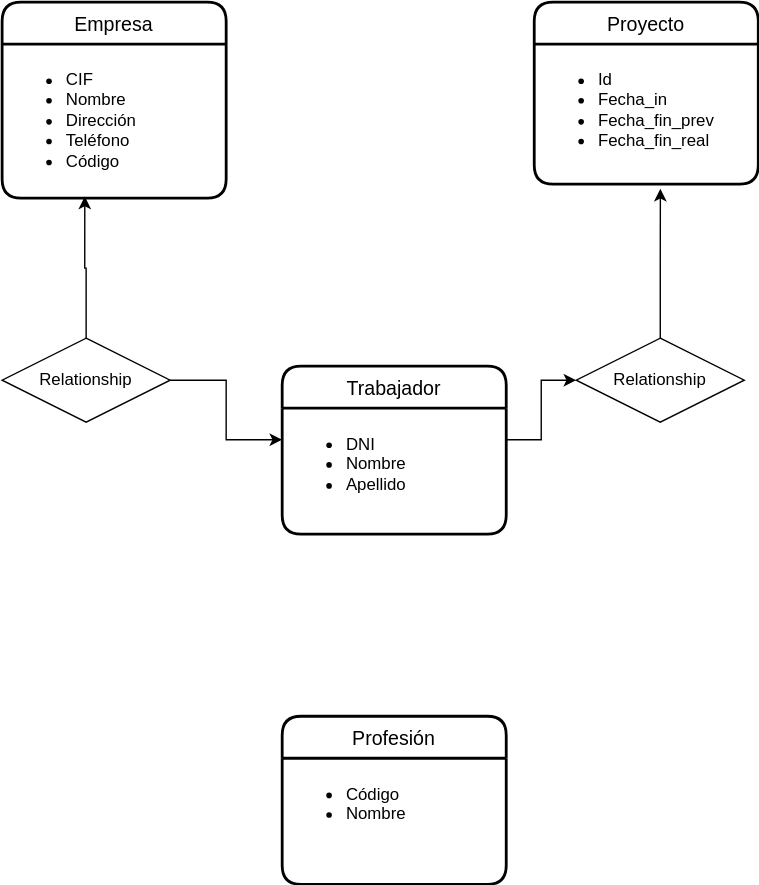
The draw.io diagram UD12-12.svg in Jimxx22/C3-UD11-UML, before a commit. Source tidied: cells renumbered, new cells last; positions are measured from the earlier drawing's top-left corner, leaving out a move shared by most shapes.
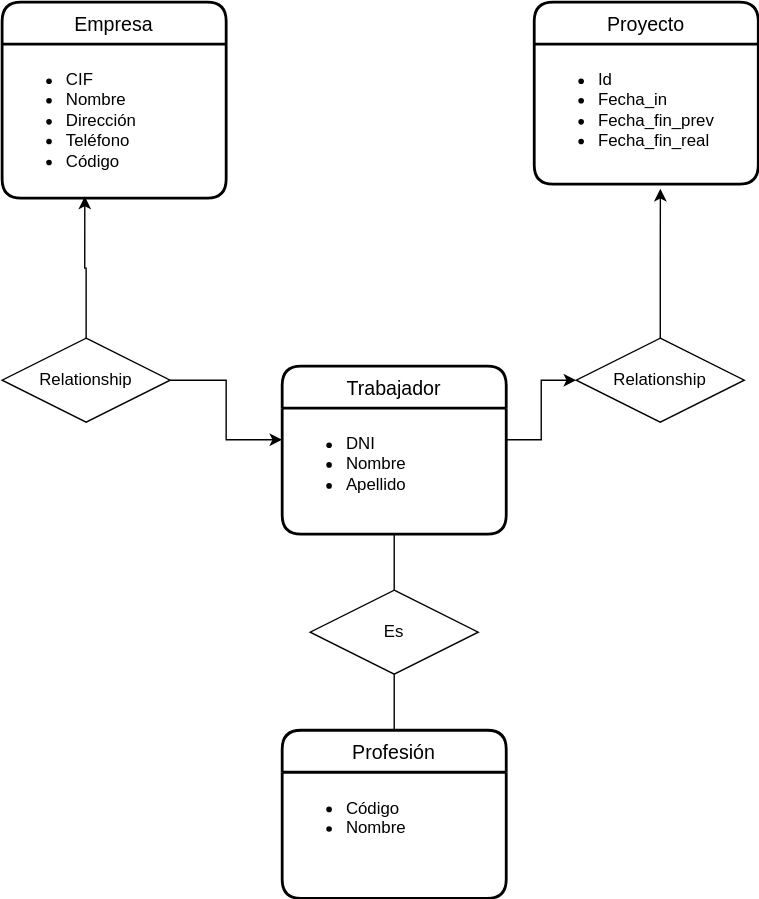
Above is the later version.

The edit, as a diff of the source:
```diff
@@ -21,17 +21,26 @@
       <mxGeometry y="30" width="160" height="90" as="geometry" />
     </mxCell>
     <mxCell id="8" value="Profesión" style="swimlane;horizontal=1;startSize=30;rounded=1;fontSize=14;fontStyle=0;strokeWidth=2;shadow=0;dashed=0;align=center;" parent="1" vertex="1">
-      <mxGeometry x="200" y="510" width="160" height="120" as="geometry" />
+      <mxGeometry x="200" y="520" width="160" height="120" as="geometry" />
     </mxCell>
     <mxCell id="9" value="&lt;ul&gt;&lt;li&gt;Código&lt;/li&gt;&lt;li&gt;Nombre&lt;/li&gt;&lt;/ul&gt;" style="align=left;strokeColor=none;fillColor=none;spacingLeft=4;fontSize=12;verticalAlign=top;html=1;" parent="8" vertex="1">
       <mxGeometry y="30" width="160" height="90" as="geometry" />
     </mxCell>
+    <mxCell id="16" value="Es" style="shape=rhombus;perimeter=rhombusPerimeter;whiteSpace=wrap;html=1;align=center;labelBackgroundColor=none;" parent="1" vertex="1">
+      <mxGeometry x="220" y="420" width="120" height="60" as="geometry" />
+    </mxCell>
     <mxCell id="10" style="edgeStyle=orthogonalEdgeStyle;rounded=0;jettySize=auto;html=1;exitX=1;exitY=0.5;exitDx=0;exitDy=0;entryX=0;entryY=0.25;entryDx=0;entryDy=0;" parent="1" edge="1" source="12" target="7">
       <mxGeometry relative="1" as="geometry" />
     </mxCell>
+    <mxCell id="17" style="endArrow=none;html=1;rounded=0;labelBackgroundColor=none;entryX=0.5;entryY=0;entryDx=0;entryDy=0;exitX=0.5;exitY=1;exitDx=0;exitDy=0;" parent="1" edge="1" source="16" target="8">
+      <mxGeometry relative="1" as="geometry" />
+    </mxCell>
     <mxCell id="11" style="edgeStyle=orthogonalEdgeStyle;rounded=0;jettySize=auto;html=1;exitX=0.5;exitY=0;exitDx=0;exitDy=0;entryX=0.369;entryY=0.989;entryDx=0;entryDy=0;entryPerimeter=0;" parent="1" edge="1" source="12" target="3">
       <mxGeometry relative="1" as="geometry" />
     </mxCell>
+    <mxCell id="18" style="endArrow=none;html=1;rounded=0;labelBackgroundColor=none;entryX=0.5;entryY=0;entryDx=0;entryDy=0;exitX=0.5;exitY=1;exitDx=0;exitDy=0;" parent="1" edge="1" source="7" target="16">
+      <mxGeometry relative="1" as="geometry" />
+    </mxCell>
     <mxCell id="12" value="Relationship" style="shape=rhombus;perimeter=rhombusPerimeter;whiteSpace=wrap;html=1;align=center;" parent="1" vertex="1">
       <mxGeometry y="240" width="120" height="60" as="geometry" />
     </mxCell>
```
